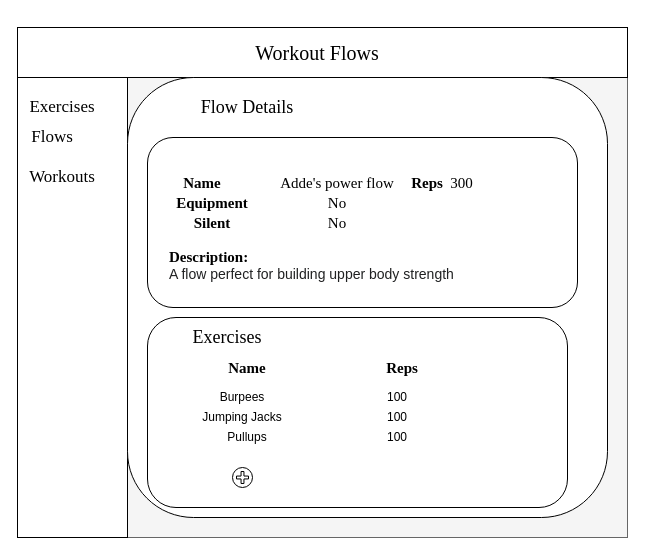
Earlier version of the draw.io diagram bilder/04 Flow detail view.drawio (BorgeRokseth/workouts). Source tidied: cells renumbered, new cells numbered last; positions are measured from the earlier drawing's top-left corner, leaving out a move shared by most shapes. Both pictures are drawn from the tidied source at 100%, with x=0, y=0 at pixel (17, 27).
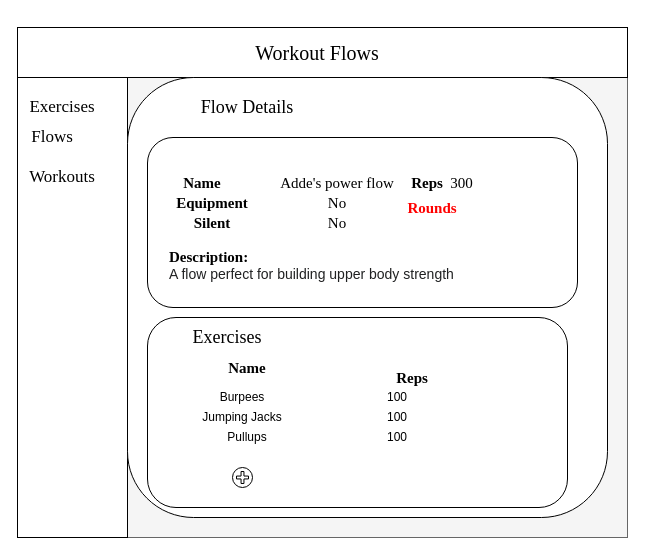
The same page after the edit.

What changed in the source:
```diff
@@
-    <mxCell id="24" value="&lt;font style=&quot;font-size: 15px&quot; face=&quot;Garamond&quot;&gt;&lt;b&gt;Reps&lt;/b&gt;&lt;/font&gt;" style="text;html=1;strokeColor=none;fillColor=none;align=center;verticalAlign=middle;whiteSpace=wrap;rounded=0;" parent="1" vertex="1">
-      <mxGeometry x="350" y="330" width="70" height="20" as="geometry" />
+    <mxCell id="24" value="&lt;font style=&quot;font-size: 15px&quot; face=&quot;Garamond&quot; color=&quot;#ff0000&quot;&gt;&lt;b&gt;Rounds&lt;/b&gt;&lt;/font&gt;" style="text;html=1;strokeColor=none;fillColor=none;align=center;verticalAlign=middle;whiteSpace=wrap;rounded=0;" parent="1" vertex="1">
+      <mxGeometry x="380" y="170" width="70" height="20" as="geometry" />
     </mxCell>
@@
+    <mxCell id="32" value="&lt;font style=&quot;font-size: 15px&quot; face=&quot;Garamond&quot;&gt;&lt;b&gt;Reps&lt;/b&gt;&lt;/font&gt;" style="text;html=1;strokeColor=none;fillColor=none;align=center;verticalAlign=middle;whiteSpace=wrap;rounded=0;" parent="1" vertex="1">
+      <mxGeometry x="360" y="340" width="70" height="20" as="geometry" />
+    </mxCell>
```
